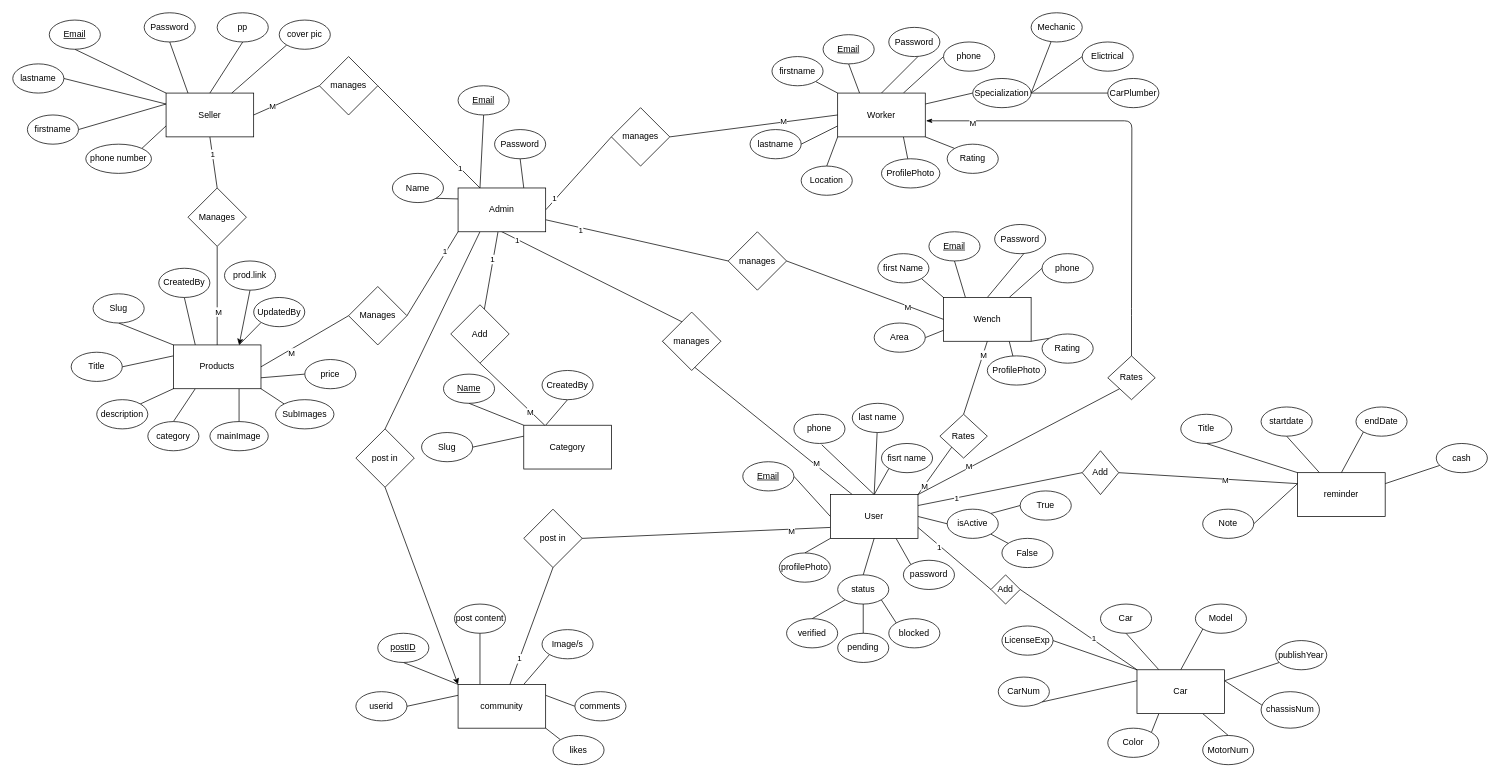
The draw.io diagram ERD1.drawio in wello88/carMate-backend, before the edit. Source tidied: cells renumbered, new cells numbered last; positions are measured from the earlier drawing's top-left corner, leaving out a move shared by most shapes. Both pictures are drawn from the tidied source at 73%, with x=0, y=0 at pixel (12, 12).
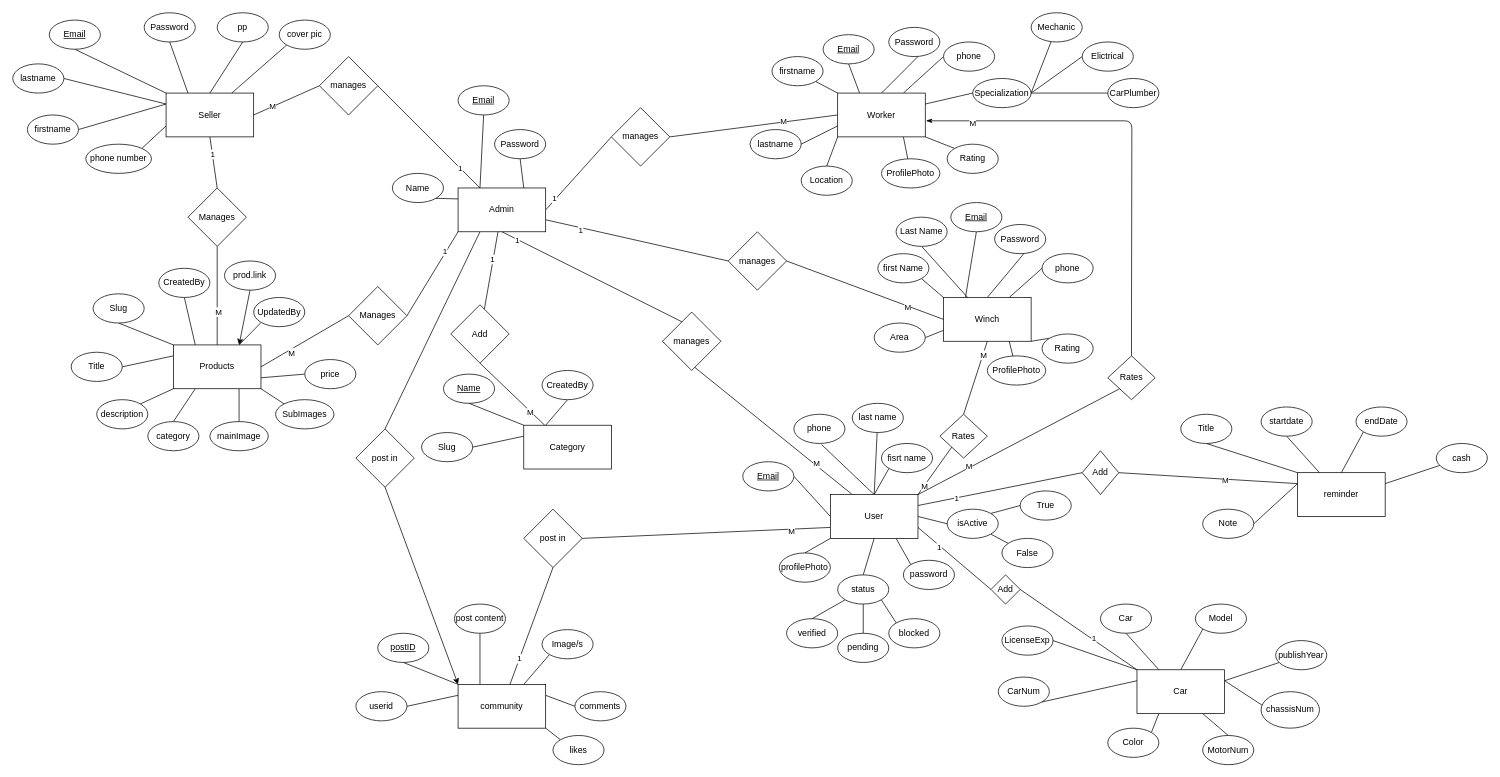
The same diagram, later.

The edit, as a diff of the source:
```diff
@@
-    <mxCell id="89" value="Wench" style="rounded=0;whiteSpace=wrap;html=1;" parent="1" vertex="1">
+    <mxCell id="89" value="Winch" style="rounded=0;whiteSpace=wrap;html=1;" parent="1" vertex="1">
       <mxGeometry x="1275" y="390" width="120" height="60" as="geometry" />
     </mxCell>
@@
     <mxCell id="91" value="&lt;u&gt;Email&lt;/u&gt;" style="ellipse;whiteSpace=wrap;html=1;" parent="1" vertex="1">
-      <mxGeometry x="1255" y="300" width="70" height="40" as="geometry" />
+      <mxGeometry x="1285" y="260" width="70" height="40" as="geometry" />
     </mxCell>
@@
+    <mxCell id="223" style="edgeStyle=none;html=1;exitX=0.5;exitY=1;exitDx=0;exitDy=0;endArrow=none;endFill=0;" parent="1" edge="1" source="224" target="89">
+      <mxGeometry relative="1" as="geometry" />
+    </mxCell>
+    <mxCell id="224" value="Last&amp;nbsp;Name" style="ellipse;whiteSpace=wrap;html=1;" parent="1" vertex="1">
+      <mxGeometry x="1210" y="280" width="70" height="40" as="geometry" />
+    </mxCell>
```
